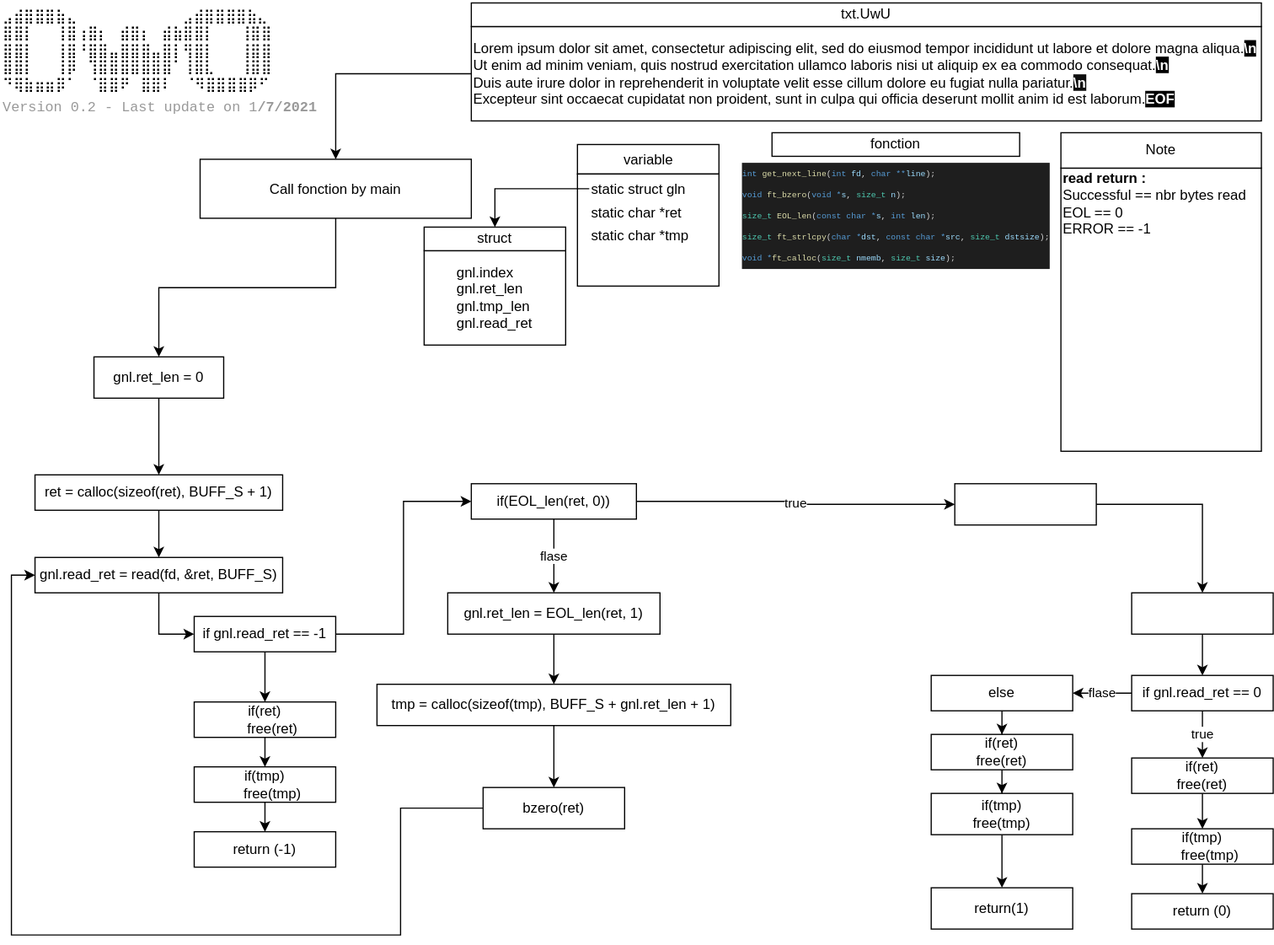
Matthew-Dreemurr/42_get_next_line keeps this draw.io diagram as _src/plan.svg. Above is the earlier version. Source tidied: cells renumbered, new cells last; positions are measured from the earlier drawing's top-left corner, leaving out a move shared by most shapes.
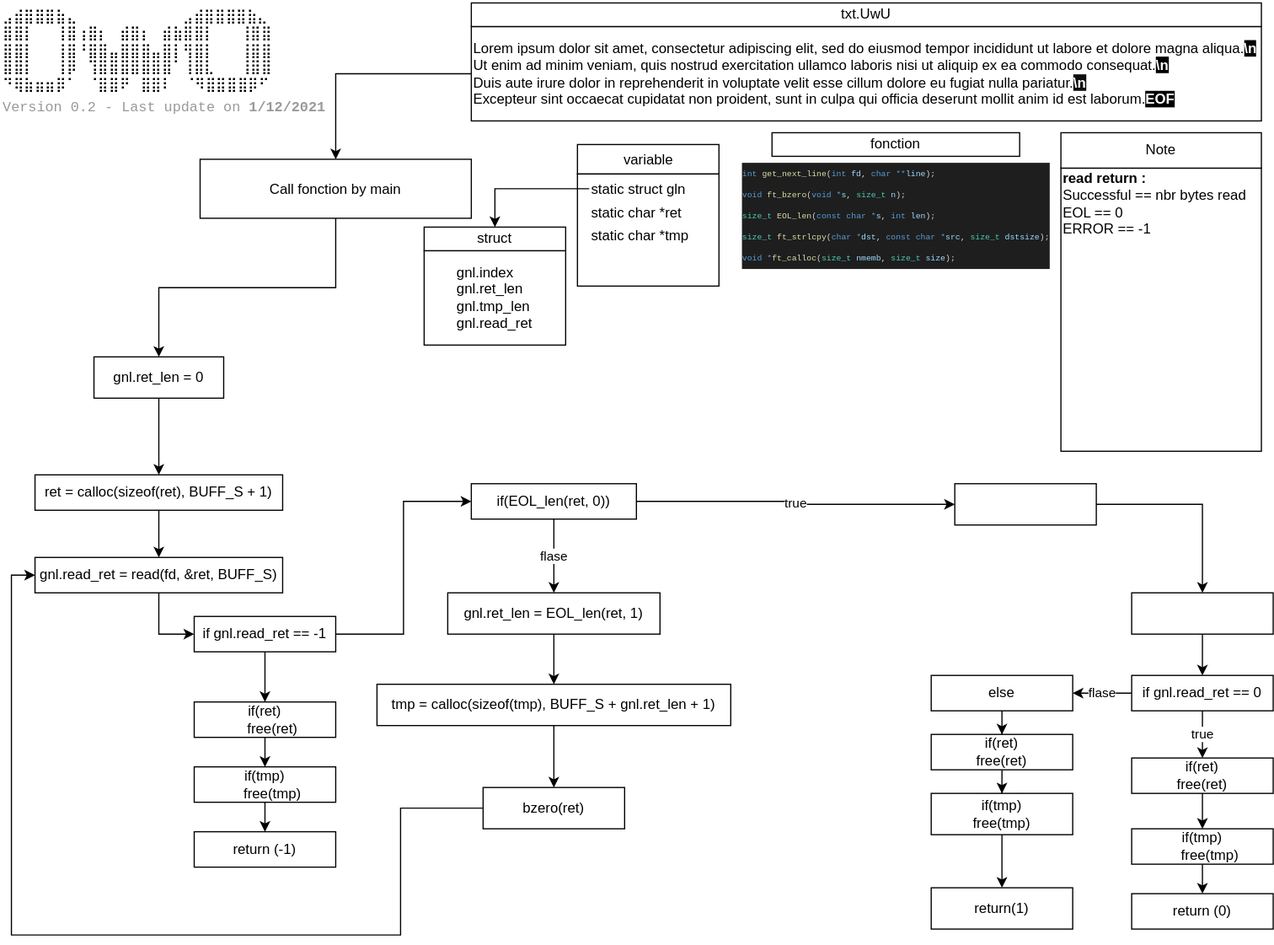
After the commit.

Change to the diagram source:
```diff
@@ -164,8 +164,8 @@
     <mxCell id="51" value="&lt;div&gt;⣠⣾⣿⣿⣿⣷⣄⠀⠀⠀⠀⠀⠀⠀⠀⠀⠀⣠⣾⣿⣿⣿⣿⣷⣄&lt;/div&gt;&lt;div&gt;⣿⣿⡇⠀⠀⢸⣿⢰⣿⡆⠀⣾⣿⡆⠀⣾⣷⣿⣿⡇⠀ ⠀⢸⣿⣿&lt;/div&gt;&lt;div&gt;⣿⣿⡇⠀⠀⢸⣿⠘⣿⣿⣤⣿⣿⣿⣤⣿⡇⢻⣿⡇⠀ ⠀⢸⣿⣿&lt;/div&gt;&lt;div&gt;⣿⣿⡇⠀⠀⢸⡿⠀⢹⣿⣿⣿⣿⣿⣿⣿⠁⢸⣿⣇⠀ ⠀⢸⣿⣿&lt;/div&gt;&lt;div&gt;⠙⢿⣷⣶⣶⡿⠁⠀⠈⣿⣿⠟⠀⣿⣿⠇&amp;nbsp; &amp;nbsp;⠈⠻⣿⣿⣿⣿⡿⠋&lt;/div&gt;" style="text;whiteSpace=wrap;html=1;" parent="1" vertex="1">
       <mxGeometry width="250" height="80" as="geometry" />
     </mxCell>
-    <mxCell id="52" value="&lt;span id=&quot;docs-internal-guid-1e38e52b-7fff-8f5c-a573-f6f7557a37ae&quot;&gt;&lt;span style=&quot;font-size: 9pt ; font-family: &amp;#34;source code pro&amp;#34; , monospace ; color: rgb(153 , 153 , 153) ; background-color: transparent ; vertical-align: baseline&quot;&gt;Version 0.2 - Last update on 1&lt;/span&gt;&lt;span style=&quot;font-size: 9pt ; font-family: &amp;#34;source code pro&amp;#34; , monospace ; color: rgb(153 , 153 , 153) ; background-color: transparent ; font-weight: 700 ; vertical-align: baseline&quot;&gt;/7/2021&lt;/span&gt;&lt;/span&gt;" style="text;html=1;align=left;verticalAlign=middle;" parent="1" vertex="1">
-      <mxGeometry y="80" width="260" height="20" as="geometry" />
+    <mxCell id="52" value="&lt;span id=&quot;docs-internal-guid-1e38e52b-7fff-8f5c-a573-f6f7557a37ae&quot;&gt;&lt;span style=&quot;font-size: 9pt ; font-family: &amp;#34;source code pro&amp;#34; , monospace ; color: rgb(153 , 153 , 153) ; background-color: transparent ; vertical-align: baseline&quot;&gt;Version 0.2 - Last update on &lt;b&gt;1&lt;/b&gt;&lt;/span&gt;&lt;span style=&quot;font-size: 9pt ; font-family: &amp;#34;source code pro&amp;#34; , monospace ; color: rgb(153 , 153 , 153) ; background-color: transparent ; font-weight: 700 ; vertical-align: baseline&quot;&gt;/12/2021&lt;/span&gt;&lt;/span&gt;" style="text;html=1;align=left;verticalAlign=middle;" parent="1" vertex="1">
+      <mxGeometry y="80" width="290" height="20" as="geometry" />
     </mxCell>
     <mxCell id="53" style="whiteSpace=wrap;html=1;" parent="1" vertex="1">
       <mxGeometry x="899" y="142" width="170" height="240" as="geometry" />
```
